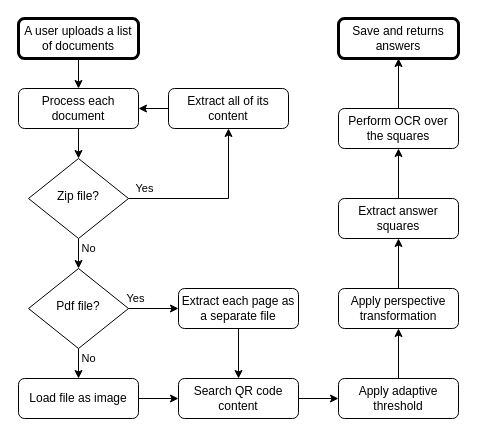
Earlier version of the draw.io diagram Licenta/Diagrams/Parsing-flow.drawio (theodormoroianu/ThirdYearCourses). Source tidied: cells renumbered, new cells numbered last; positions are measured from the earlier drawing's top-left corner, leaving out a move shared by most shapes. Both pictures are drawn from the tidied source at 100%, with x=0, y=0 at pixel (18, 18).
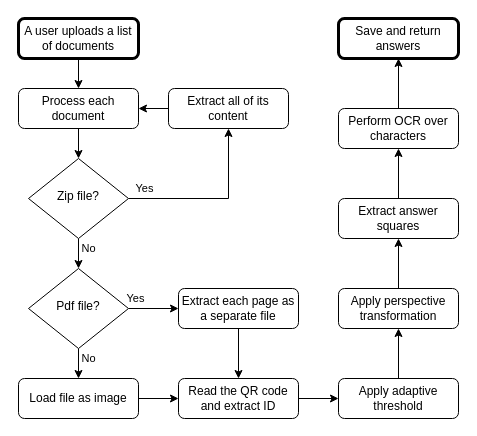
Above is the later version.

The edit, as a diff of the source:
```diff
@@
-    <mxCell id="19" value="Search QR code content" style="rounded=1;whiteSpace=wrap;html=1;fontSize=12;glass=0;strokeWidth=1;shadow=0;" parent="1" vertex="1">
+    <mxCell id="19" value="Read the QR code and extract ID" style="rounded=1;whiteSpace=wrap;html=1;fontSize=12;glass=0;strokeWidth=1;shadow=0;" parent="1" vertex="1">
       <mxGeometry x="160" y="360" width="120" height="40" as="geometry" />
     </mxCell>
@@
-    <mxCell id="27" value="Perform OCR over the squares" style="rounded=1;whiteSpace=wrap;html=1;fontSize=12;glass=0;strokeWidth=1;shadow=0;" parent="1" vertex="1">
+    <mxCell id="27" value="Perform OCR over characters" style="rounded=1;whiteSpace=wrap;html=1;fontSize=12;glass=0;strokeWidth=1;shadow=0;" parent="1" vertex="1">
       <mxGeometry x="320" y="90" width="120" height="40" as="geometry" />
     </mxCell>
-    <mxCell id="28" value="Save and returns answers" style="rounded=1;whiteSpace=wrap;html=1;fontSize=12;glass=0;strokeWidth=3;shadow=0;" parent="1" vertex="1">
+    <mxCell id="28" value="Save and return answers" style="rounded=1;whiteSpace=wrap;html=1;fontSize=12;glass=0;strokeWidth=3;shadow=0;" parent="1" vertex="1">
       <mxGeometry x="320" width="120" height="40" as="geometry" />
     </mxCell>
```
